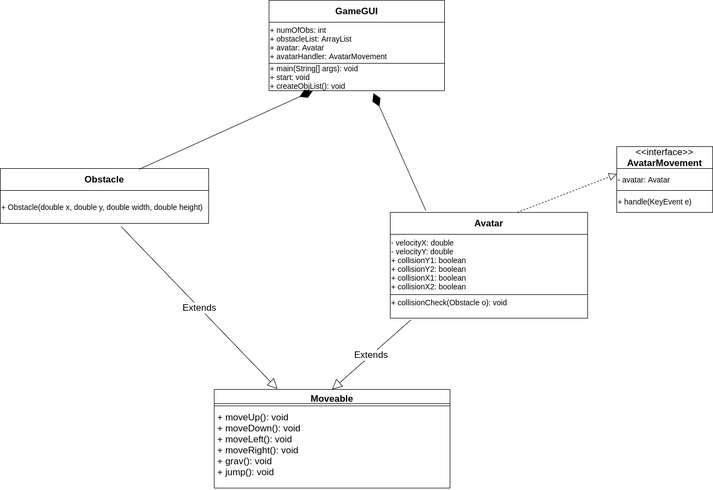
The draw.io diagram Astroblast UML.png in kennedyromick/CPSC233Project, before a commit. Source tidied: cells renumbered, new cells last; positions are measured from the earlier drawing's top-left corner, leaving out a move shared by most shapes.
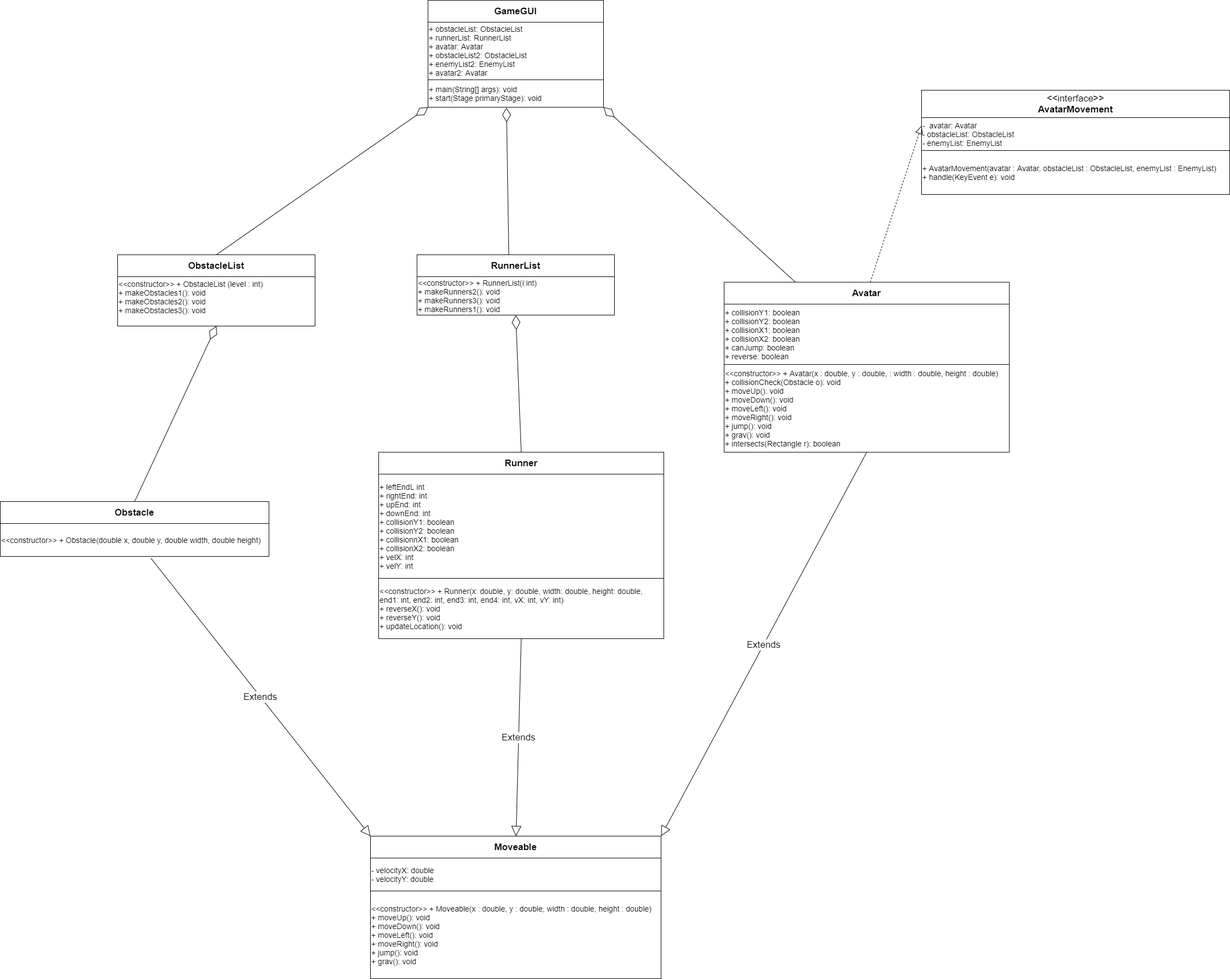
The same diagram one commit later.

Commit message:
Added Astroblast UML.png, with Runner and RunnerList, all updated

The edit, as a diff of the source:
```diff
@@ -3,64 +3,97 @@
     <mxCell id="0" />
     <mxCell id="1" parent="0" />
     <mxCell id="2" value="&lt;font style=&quot;font-size: 17px&quot;&gt;&lt;b&gt;GameGUI&lt;/b&gt;&lt;/font&gt;" style="rounded=0;whiteSpace=wrap;html=1;" parent="1" vertex="1">
-      <mxGeometry x="490" width="320" height="40" as="geometry" />
+      <mxGeometry x="450" y="-244" width="320" height="40" as="geometry" />
     </mxCell>
-    <mxCell id="3" value="&lt;font style=&quot;font-size: 14px&quot;&gt;+ numOfObs: int&lt;br&gt;+ obstacleList: ArrayList&lt;br&gt;+ avatar: Avatar&lt;br&gt;+ avatarHandler: AvatarMovement&lt;br&gt;&lt;/font&gt;" style="rounded=0;whiteSpace=wrap;html=1;align=left;" parent="1" vertex="1">
-      <mxGeometry x="490" y="40" width="320" height="75" as="geometry" />
+    <mxCell id="3" value="&lt;font style=&quot;font-size: 14px&quot;&gt;+ obstacleList: ObstacleList&lt;br&gt;+ runnerList: RunnerList&lt;br&gt;+ avatar: Avatar&lt;br&gt;&lt;font style=&quot;color: rgb(0 , 0 , 0) ; font-family: &amp;#34;helvetica&amp;#34; ; font-size: 14px ; font-style: normal ; font-variant: normal ; font-weight: 400 ; letter-spacing: normal ; text-align: left ; text-decoration: none ; text-indent: 0px ; text-transform: none ; white-space: normal ; word-spacing: 0px&quot;&gt;+ obstacleList2: ObstacleList&lt;br&gt;+ enemyList2: EnemyList&lt;br&gt;+ avatar2: Avatar&lt;/font&gt;&lt;b&gt;&lt;i&gt;&lt;u&gt;&lt;sub&gt;&lt;sup&gt;&lt;strike&gt;&lt;br&gt;&lt;/strike&gt;&lt;/sup&gt;&lt;/sub&gt;&lt;/u&gt;&lt;/i&gt;&lt;/b&gt;&lt;/font&gt;" style="rounded=0;whiteSpace=wrap;html=1;align=left;" parent="1" vertex="1">
+      <mxGeometry x="450" y="-204" width="320" height="105" as="geometry" />
     </mxCell>
-    <mxCell id="4" value="&lt;span style=&quot;font-size: 14px&quot;&gt;+ main(String[] args): void&lt;br&gt;+ start: void&lt;br&gt;+ createObjList(): void&lt;br&gt;&lt;/span&gt;" style="rounded=0;whiteSpace=wrap;html=1;align=left;" parent="1" vertex="1">
-      <mxGeometry x="490" y="115" width="320" height="50" as="geometry" />
+    <mxCell id="4" value="&lt;span style=&quot;font-size: 14px&quot;&gt;+ main(String[] args): void&lt;br&gt;+ start(Stage primaryStage): void&lt;br&gt;&lt;/span&gt;" style="rounded=0;whiteSpace=wrap;html=1;align=left;" parent="1" vertex="1">
+      <mxGeometry x="450" y="-99" width="320" height="50" as="geometry" />
     </mxCell>
-    <mxCell id="5" value="&lt;span style=&quot;font-size: 14px&quot;&gt;&lt;br&gt;+ collisionCheck(Obstacle o): void&lt;br&gt;&lt;br&gt;&lt;br&gt;&lt;/span&gt;" style="rounded=0;whiteSpace=wrap;html=1;align=left;" parent="1" vertex="1">
-      <mxGeometry x="711" y="537" width="360" height="43" as="geometry" />
+    <mxCell id="5" value="&lt;span style=&quot;font-size: 14px&quot;&gt;&lt;br&gt;&amp;lt;&amp;lt;constructor&amp;gt;&amp;gt; + Avatar(x : double, y : double, : width : double, height : double)&lt;br&gt;+ collisionCheck(Obstacle o): void&lt;br&gt;+ moveUp(): void&lt;br&gt;+ moveDown(): void&lt;br&gt;+ moveLeft(): void&lt;br&gt;+ moveRight(): void&lt;br&gt;+ jump(): void&lt;br&gt;+ grav(): void&lt;br&gt;+ intersects(Rectangle r): boolean&lt;br&gt;&lt;br&gt;&lt;/span&gt;" style="rounded=0;whiteSpace=wrap;html=1;align=left;" parent="1" vertex="1">
+      <mxGeometry x="990" y="420" width="520" height="160" as="geometry" />
     </mxCell>
-    <mxCell id="6" value="&lt;font style=&quot;font-size: 14px&quot;&gt;- velocityX: double&lt;br&gt;- velocityY: double&lt;br&gt;+ collisionY1: boolean&lt;br&gt;+ collisionY2: boolean&lt;br&gt;+ collisionX1: boolean&lt;br&gt;+ collisionX2: boolean&lt;br&gt;&lt;/font&gt;" style="rounded=0;whiteSpace=wrap;html=1;align=left;" parent="1" vertex="1">
-      <mxGeometry x="711" y="427" width="360" height="110" as="geometry" />
+    <mxCell id="6" value="&lt;font style=&quot;font-size: 14px&quot;&gt;+ collisionY1: boolean&lt;br&gt;+ collisionY2: boolean&lt;br&gt;+ collisionX1: boolean&lt;br&gt;+ collisionX2: boolean&lt;br&gt;+ canJump: boolean&lt;br&gt;+ reverse: boolean&lt;br&gt;&lt;/font&gt;" style="rounded=0;whiteSpace=wrap;html=1;align=left;" parent="1" vertex="1">
+      <mxGeometry x="990" y="310" width="520" height="110" as="geometry" />
     </mxCell>
     <mxCell id="7" value="&lt;font style=&quot;font-size: 17px&quot;&gt;&lt;b&gt;Avatar&lt;/b&gt;&lt;/font&gt;" style="rounded=0;whiteSpace=wrap;html=1;" parent="1" vertex="1">
-      <mxGeometry x="711" y="387" width="360" height="40" as="geometry" />
+      <mxGeometry x="990" y="270" width="520" height="40" as="geometry" />
     </mxCell>
     <mxCell id="8" value="&lt;font style=&quot;font-size: 17px&quot;&gt;&lt;b&gt;Obstacle&lt;/b&gt;&lt;/font&gt;" style="rounded=0;whiteSpace=wrap;html=1;" parent="1" vertex="1">
-      <mxGeometry y="307" width="380" height="40" as="geometry" />
+      <mxGeometry x="-330" y="670" width="490" height="40" as="geometry" />
     </mxCell>
-    <mxCell id="9" value="&lt;span style=&quot;font-size: 14px&quot;&gt;+ Obstacle(double x, double y, double width, double height)&amp;nbsp;&lt;br&gt;&lt;/span&gt;" style="rounded=0;whiteSpace=wrap;html=1;align=left;" parent="1" vertex="1">
-      <mxGeometry y="347" width="380" height="60" as="geometry" />
+    <mxCell id="9" value="&lt;span style=&quot;font-size: 14px&quot;&gt;&amp;lt;&amp;lt;constructor&amp;gt;&amp;gt; + Obstacle(double x, double y, double width, double height)&amp;nbsp;&lt;br&gt;&lt;/span&gt;" style="rounded=0;whiteSpace=wrap;html=1;align=left;" parent="1" vertex="1">
+      <mxGeometry x="-330" y="710" width="490" height="60" as="geometry" />
     </mxCell>
     <mxCell id="10" value="&lt;font style=&quot;font-size: 17px&quot;&gt;&amp;lt;&amp;lt;interface&amp;gt;&amp;gt;&lt;br&gt;&lt;b&gt;AvatarMovement&lt;/b&gt;&lt;/font&gt;" style="rounded=0;whiteSpace=wrap;html=1;" parent="1" vertex="1">
-      <mxGeometry x="1124" y="267" width="175" height="40" as="geometry" />
+      <mxGeometry x="1350" y="-80" width="562" height="50" as="geometry" />
     </mxCell>
-    <mxCell id="11" value="&lt;font style=&quot;font-size: 14px&quot;&gt;- avatar: Avatar&lt;br&gt;&lt;/font&gt;" style="rounded=0;whiteSpace=wrap;html=1;align=left;" parent="1" vertex="1">
-      <mxGeometry x="1124" y="307" width="175" height="40" as="geometry" />
+    <mxCell id="11" value="&lt;font style=&quot;font-size: 14px&quot;&gt;-&amp;nbsp; avatar: Avatar&lt;br&gt;- obstacleList: ObstacleList&lt;br&gt;- enemyList: EnemyList&lt;br&gt;&lt;/font&gt;" style="rounded=0;whiteSpace=wrap;html=1;align=left;" parent="1" vertex="1">
+      <mxGeometry x="1350" y="-30" width="562" height="60" as="geometry" />
     </mxCell>
-    <mxCell id="12" value="&lt;span style=&quot;font-size: 14px&quot;&gt;+ handle(KeyEvent e)&lt;br&gt;&lt;/span&gt;" style="rounded=0;whiteSpace=wrap;html=1;align=left;" parent="1" vertex="1">
-      <mxGeometry x="1124" y="347" width="175" height="40" as="geometry" />
+    <mxCell id="12" value="&lt;span style=&quot;font-size: 14px&quot;&gt;&lt;br&gt;+ AvatarMovement(avatar : Avatar, obstacleList : ObstacleList, enemyList : EnemyList)&lt;br&gt;+ handle(KeyEvent e): void&lt;br&gt;&lt;br&gt;&lt;/span&gt;" style="rounded=0;whiteSpace=wrap;html=1;align=left;" parent="1" vertex="1">
+      <mxGeometry x="1350" y="30" width="562" height="80" as="geometry" />
     </mxCell>
     <mxCell id="13" value="&lt;span style=&quot;color: rgba(0 , 0 , 0 , 0) ; font-family: monospace ; font-size: 0px&quot;&gt;%3CmxGraphModel%3E%3Croot%3E%3CmxCell%20id%3D%220%22%2F%3E%3CmxCell%20id%3D%221%22%20parent%3D%220%22%2F%3E%3CmxCell%20id%3D%222%22%20value%3D%22%26lt%3Bfont%20style%3D%26quot%3Bfont-size%3A%2017px%26quot%3B%26gt%3BShape%26lt%3B%2Ffont%26gt%3B%22%20style%3D%22rounded%3D0%3BwhiteSpace%3Dwrap%3Bhtml%3D1%3B%22%20vertex%3D%221%22%20parent%3D%221%22%3E%3CmxGeometry%20x%3D%22120%22%20y%3D%22-1480%22%20width%3D%22440%22%20height%3D%2240%22%20as%3D%22geometry%22%2F%3E%3C%2FmxCell%3E%3CmxCell%20id%3D%223%22%20value%3D%22%26lt%3Bfont%20style%3D%26quot%3Bfont-size%3A%2014px%26quot%3B%26gt%3B%2B%20one%3A%20Obstacle%26lt%3Bbr%26gt%3B%2B%20two%3A%20Obstacle%26lt%3Bbr%26gt%3B%2B%20three%3A%20Obstacle%26lt%3Bbr%26gt%3B%2B%20four%20Obstacle%26lt%3Bbr%26gt%3B%2B%20five%3A%20Obstacle%26lt%3Bbr%26gt%3B%2B%20six%3A%20Obstacle%26lt%3Bbr%26gt%3B%2B%20seven%3A%20Obstacle%26lt%3Bbr%26gt%3B%2B%20eight%3A%20Obstacle%26lt%3Bbr%26gt%3B%2B%20nine%3A%20Obstacle%26lt%3Bbr%26gt%3B%2B%20ten%3A%20Obstacle%26lt%3Bbr%26gt%3B%2B%20eleven%3A%20Obstacle%26lt%3Bbr%26gt%3B%2B%20twelve%3A%20Obstacle%26lt%3Bbr%26gt%3B%2B%20thirteen%3A%20Obstacle%26lt%3Bbr%26gt%3B%2B%20fourteen%3A%20Obstacle%26lt%3Bbr%26gt%3B%2B%20fifteen%3A%20Obstacle%26lt%3Bbr%26gt%3B%2B%20sixteen%3A%20Obstacle%26lt%3Bbr%26gt%3B%2B%20avatar%3A%20Avatar%26lt%3Bbr%26gt%3B%26lt%3B%2Ffont%26gt%3B%22%20style%3D%22rounded%3D0%3BwhiteSpace%3Dwrap%3Bhtml%3D1%3Balign%3Dleft%3B%22%20vertex%3D%221%22%20parent%3D%221%22%3E%3CmxGeometry%20x%3D%22120%22%20y%3D%22-1440%22%20width%3D%22440%22%20height%3D%22290%22%20as%3D%22geometry%22%2F%3E%3C%2FmxCell%3E%3CmxCell%20id%3D%224%22%20value%3D%22%26lt%3Bfont%20style%3D%26quot%3Bfont-size%3A%2014px%26quot%3B%26gt%3B%2B%20one%3A%20Obstacle%26lt%3Bbr%26gt%3B%2B%20two%3A%20Obstacle%26lt%3Bbr%26gt%3B%2B%20three%3A%20Obstacle%26lt%3Bbr%26gt%3B%2B%20four%20Obstacle%26lt%3Bbr%26gt%3B%2B%20five%3A%20Obstacle%26lt%3Bbr%26gt%3B%2B%20six%3A%20Obstacle%26lt%3Bbr%26gt%3B%2B%20seven%3A%20Obstacle%26lt%3Bbr%26gt%3B%2B%20eight%3A%20Obstacle%26lt%3Bbr%26gt%3B%2B%20nine%3A%20Obstacle%26lt%3Bbr%26gt%3B%2B%20ten%3A%20Obstacle%26lt%3Bbr%26gt%3B%2B%20eleven%3A%20Obstacle%26lt%3Bbr%26gt%3B%2B%20twelve%3A%20Obstacle%26lt%3Bbr%26gt%3B%2B%20thirteen%3A%20Obstacle%26lt%3Bbr%26gt%3B%2B%20fourteen%3A%20Obstacle%26lt%3Bbr%26gt%3B%2B%20fifteen%3A%20Obstacle%26lt%3Bbr%26gt%3B%2B%20sixteen%3A%20Obstacle%26lt%3Bbr%26gt%3B%2B%20avatar%3A%20Avatar%26lt%3Bbr%26gt%3B%26lt%3B%2Ffont%26gt%3B%22%20style%3D%22rounded%3D0%3BwhiteSpace%3Dwrap%3Bhtml%3D1%3Balign%3Dleft%3B%22%20vertex%3D%221%22%20parent%3D%221%22%3E%3CmxGeometry%20x%3D%22120%22%20y%3D%22-1150%22%20width%3D%22440%22%20height%3D%22290%22%20as%3D%22geometry%22%2F%3E%3C%2FmxCell%3E%3C%2Froot%3E%3C%2FmxGraphModel%3E&lt;/span&gt;" style="text;html=1;align=center;verticalAlign=middle;" parent="1" vertex="1">
-      <mxGeometry x="1256" y="367" width="20" height="20" as="geometry" />
+      <mxGeometry x="1482" y="20" width="20" height="20" as="geometry" />
     </mxCell>
-    <mxCell id="14" value="Moveable" style="swimlane;fontStyle=1;align=center;verticalAlign=top;horizontal=1;startSize=26;fontSize=17;" parent="1" vertex="1">
-      <mxGeometry x="390" y="710" width="430" height="180" as="geometry" />
-    </mxCell>
-    <mxCell id="15" style="line;strokeWidth=1;fillColor=none;align=left;verticalAlign=middle;spacingTop=-1;spacingLeft=3;spacingRight=3;labelPosition=right;fontSize=17;" parent="14" vertex="1">
-      <mxGeometry y="26" width="430" height="8" as="geometry" />
-    </mxCell>
-    <mxCell id="16" value="+ moveUp(): void&#10;+ moveDown(): void&#10;+ moveLeft(): void&#10;+ moveRight(): void&#10;+ grav(): void&#10;+ jump(): void" style="text;strokeColor=none;fillColor=none;align=left;verticalAlign=top;spacingLeft=4;spacingRight=4;overflow=hidden;fontSize=17;" parent="14" vertex="1">
-      <mxGeometry y="34" width="430" height="146" as="geometry" />
-    </mxCell>
-    <mxCell id="17" style="endArrow=diamondThin;endFill=1;endSize=24;html=1;fontSize=17;entryX=0.595;entryY=1.088;entryDx=0;entryDy=0;entryPerimeter=0;exitX=0.18;exitY=-0.087;exitDx=0;exitDy=0;exitPerimeter=0;" parent="1" edge="1" source="7" target="4">
-      <mxGeometry relative="1" as="geometry" />
-    </mxCell>
-    <mxCell id="18" style="endArrow=diamondThin;endFill=1;endSize=24;html=1;fontSize=17;entryX=0.25;entryY=1;entryDx=0;entryDy=0;exitX=0.667;exitY=0.031;exitDx=0;exitDy=0;exitPerimeter=0;" parent="1" edge="1" source="8" target="4">
-      <mxGeometry relative="1" as="geometry" />
-    </mxCell>
     <mxCell id="19" style="endArrow=block;dashed=1;endFill=0;endSize=12;html=1;fontSize=17;entryX=0;entryY=0.25;entryDx=0;entryDy=0;" parent="1" edge="1" source="7" target="11">
       <mxGeometry relative="1" as="geometry" />
     </mxCell>
-    <mxCell id="20" value="Extends" style="endArrow=block;endSize=16;endFill=0;html=1;fontSize=17;exitX=0.105;exitY=1.072;exitDx=0;exitDy=0;exitPerimeter=0;entryX=0.5;entryY=0;entryDx=0;entryDy=0;" parent="1" edge="1" source="5" target="14">
+    <mxCell id="20" value="Extends" style="endArrow=block;endSize=16;endFill=0;html=1;fontSize=17;exitX=0.5;exitY=1;exitDx=0;exitDy=0;entryX=1;entryY=0;entryDx=0;entryDy=0;" parent="1" edge="1" source="5" target="14">
       <mxGeometry relative="1" as="geometry" />
     </mxCell>
+    <mxCell id="22" value="&lt;font style=&quot;font-size: 14px&quot;&gt;&amp;lt;&amp;lt;constructor&amp;gt;&amp;gt; + RunnerList(i:int)&lt;br&gt;+ makeRunners2(): void&lt;br&gt;+ makeRunners3(): void&lt;br&gt;+ makeRunners1(): void&lt;br&gt;&lt;/font&gt;" style="rounded=0;whiteSpace=wrap;html=1;align=left;" parent="1" vertex="1">
+      <mxGeometry x="430" y="260" width="360" height="70" as="geometry" />
+    </mxCell>
+    <mxCell id="23" value="&lt;font style=&quot;font-size: 17px&quot;&gt;&lt;b&gt;RunnerList&lt;/b&gt;&lt;/font&gt;" style="rounded=0;whiteSpace=wrap;html=1;" parent="1" vertex="1">
+      <mxGeometry x="430" y="220" width="360" height="40" as="geometry" />
+    </mxCell>
+    <mxCell id="24" value="&lt;font style=&quot;font-size: 14px&quot;&gt;&amp;lt;&amp;lt;constructor&amp;gt;&amp;gt; + ObstacleList (level : int)&lt;br&gt;+ makeObstacles1(): void&lt;br&gt;+ makeObstacles2(): void&lt;br&gt;+ makeObstacles3(): void&lt;br&gt;&lt;br&gt;&lt;/font&gt;" style="rounded=0;whiteSpace=wrap;html=1;align=left;" parent="1" vertex="1">
+      <mxGeometry x="-116" y="260" width="360" height="90" as="geometry" />
+    </mxCell>
+    <mxCell id="25" value="&lt;font style=&quot;font-size: 17px&quot;&gt;&lt;b&gt;ObstacleList&lt;/b&gt;&lt;/font&gt;" style="rounded=0;whiteSpace=wrap;html=1;" parent="1" vertex="1">
+      <mxGeometry x="-116" y="220" width="360" height="40" as="geometry" />
+    </mxCell>
+    <mxCell id="26" value="&lt;span style=&quot;font-size: 14px&quot;&gt;&amp;lt;&amp;lt;constructor&amp;gt;&amp;gt; + Moveable(x : double, y : double, width : double, height : double)&lt;br&gt;+ moveUp(): void&lt;br&gt;+ moveDown(): void&lt;br&gt;+ moveLeft(): void&lt;br&gt;+ moveRight(): void&lt;br&gt;+ jump(): void&lt;br&gt;+ grav(): void&amp;nbsp;&lt;br&gt;&lt;/span&gt;" style="rounded=0;whiteSpace=wrap;html=1;align=left;" parent="1" vertex="1">
+      <mxGeometry x="345" y="1380" width="530" height="160" as="geometry" />
+    </mxCell>
+    <mxCell id="27" value="&lt;font style=&quot;font-size: 14px&quot;&gt;- velocityX: double&lt;br&gt;- velocityY: double&lt;br&gt;&lt;/font&gt;" style="rounded=0;whiteSpace=wrap;html=1;align=left;" parent="1" vertex="1">
+      <mxGeometry x="345" y="1320" width="530" height="60" as="geometry" />
+    </mxCell>
+    <mxCell id="14" value="&lt;font style=&quot;font-size: 17px&quot;&gt;&lt;b&gt;Moveable&lt;/b&gt;&lt;/font&gt;" style="rounded=0;whiteSpace=wrap;html=1;" parent="1" vertex="1">
+      <mxGeometry x="345" y="1280" width="530" height="40" as="geometry" />
+    </mxCell>
+    <mxCell id="28" style="endArrow=diamondThin;endFill=0;endSize=24;html=1;exitX=0.5;exitY=0;exitDx=0;exitDy=0;entryX=0.5;entryY=1;entryDx=0;entryDy=0;" parent="1" edge="1" source="35" target="22">
+      <mxGeometry relative="1" as="geometry" />
+    </mxCell>
+    <mxCell id="29" style="endArrow=diamondThin;endFill=0;endSize=24;html=1;exitX=0.5;exitY=0;exitDx=0;exitDy=0;entryX=0.5;entryY=1;entryDx=0;entryDy=0;" parent="1" edge="1" source="8" target="24">
+      <mxGeometry relative="1" as="geometry" />
+    </mxCell>
+    <mxCell id="17" style="endArrow=diamondThin;endFill=0;endSize=24;html=1;exitX=0.25;exitY=0;exitDx=0;exitDy=0;entryX=1;entryY=1;entryDx=0;entryDy=0;" parent="1" edge="1" source="7" target="4">
+      <mxGeometry relative="1" as="geometry" />
+    </mxCell>
+    <mxCell id="30" style="endArrow=diamondThin;endFill=0;endSize=24;html=1;exitX=0.465;exitY=-0.004;exitDx=0;exitDy=0;exitPerimeter=0;entryX=0.447;entryY=1.011;entryDx=0;entryDy=0;entryPerimeter=0;" parent="1" edge="1" source="23" target="4">
+      <mxGeometry relative="1" as="geometry" />
+    </mxCell>
+    <mxCell id="31" style="endArrow=diamondThin;endFill=0;endSize=24;html=1;exitX=0.5;exitY=0;exitDx=0;exitDy=0;entryX=0;entryY=1;entryDx=0;entryDy=0;" parent="1" edge="1" source="25" target="4">
+      <mxGeometry relative="1" as="geometry" />
+    </mxCell>
-    <mxCell id="21" value="Extends" style="endArrow=block;endSize=16;endFill=0;html=1;fontSize=17;exitX=0.58;exitY=1.099;exitDx=0;exitDy=0;exitPerimeter=0;entryX=0.268;entryY=-0.005;entryDx=0;entryDy=0;entryPerimeter=0;" parent="1" edge="1" source="9" target="14">
+    <mxCell id="21" value="Extends" style="endArrow=block;endSize=16;endFill=0;html=1;fontSize=17;exitX=0.561;exitY=1.058;exitDx=0;exitDy=0;exitPerimeter=0;entryX=0;entryY=0;entryDx=0;entryDy=0;" parent="1" edge="1" source="9" target="14">
       <mxGeometry relative="1" as="geometry" />
     </mxCell>
+    <mxCell id="32" value="Extends" style="endArrow=block;endSize=16;endFill=0;html=1;fontSize=17;exitX=0.5;exitY=1;exitDx=0;exitDy=0;" parent="1" edge="1" source="33" target="14">
+      <mxGeometry relative="1" as="geometry" />
+    </mxCell>
+    <mxCell id="33" value="&lt;span style=&quot;font-size: 14px&quot;&gt;&lt;br&gt;&amp;lt;&amp;lt;constructor&amp;gt;&amp;gt; + Runner(x: double, y: double, width: double, height: double, end1: int, end2: int, end3: int, end4: int, vX: int, vY: int)&lt;br&gt;+ reverseX(): void&lt;br&gt;+ reverseY(): void&lt;br&gt;+ updateLocation(): void&lt;br&gt;&lt;br&gt;&lt;/span&gt;" style="rounded=0;whiteSpace=wrap;html=1;align=left;" parent="1" vertex="1">
+      <mxGeometry x="360" y="810" width="520" height="110" as="geometry" />
+    </mxCell>
+    <mxCell id="34" value="&lt;font style=&quot;font-size: 14px&quot;&gt;+ leftEndL int&lt;br&gt;+ rightEnd: int&lt;br&gt;+ upEnd: int&lt;br&gt;+ downEnd: int&lt;br&gt;+ collisionY1: boolean&lt;br&gt;+ collisionY2: boolean&lt;br&gt;+ collisionnX1: boolean&lt;br&gt;+ collisionX2: boolean&lt;br&gt;+ velX: int&lt;br&gt;+ velY: int&lt;br&gt;&lt;/font&gt;" style="rounded=0;whiteSpace=wrap;html=1;align=left;" parent="1" vertex="1">
+      <mxGeometry x="360" y="620" width="520" height="190" as="geometry" />
+    </mxCell>
+    <mxCell id="35" value="&lt;font style=&quot;font-size: 17px&quot;&gt;&lt;b&gt;Runner&lt;/b&gt;&lt;/font&gt;" style="rounded=0;whiteSpace=wrap;html=1;" parent="1" vertex="1">
+      <mxGeometry x="360" y="580" width="520" height="40" as="geometry" />
+    </mxCell>
   </root>
 </mxGraphModel>
```
